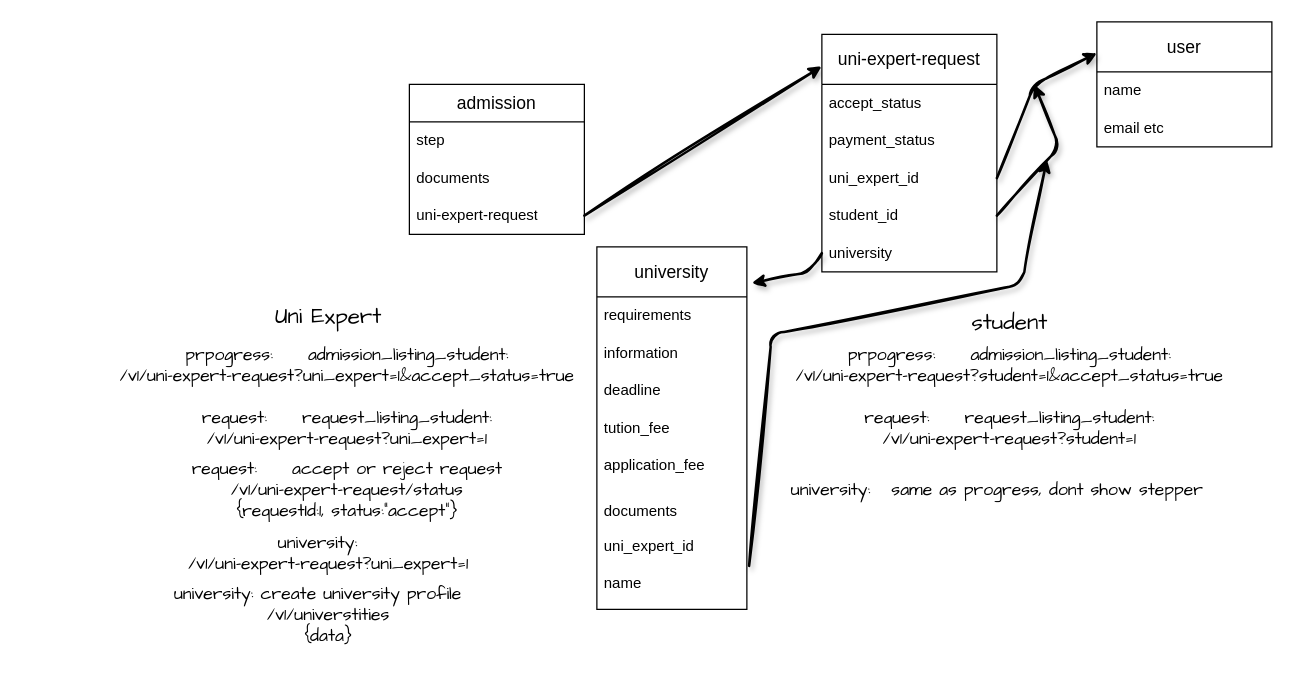
Above: design.dio in dev-basit/migonest-api (draw.io), before the change. Source tidied: cells renumbered, new cells numbered last; positions are measured from the earlier drawing's top-left corner, leaving out a move shared by most shapes. Both pictures are drawn from the tidied source at 125%, with x=0, y=0 at pixel (90, 21).
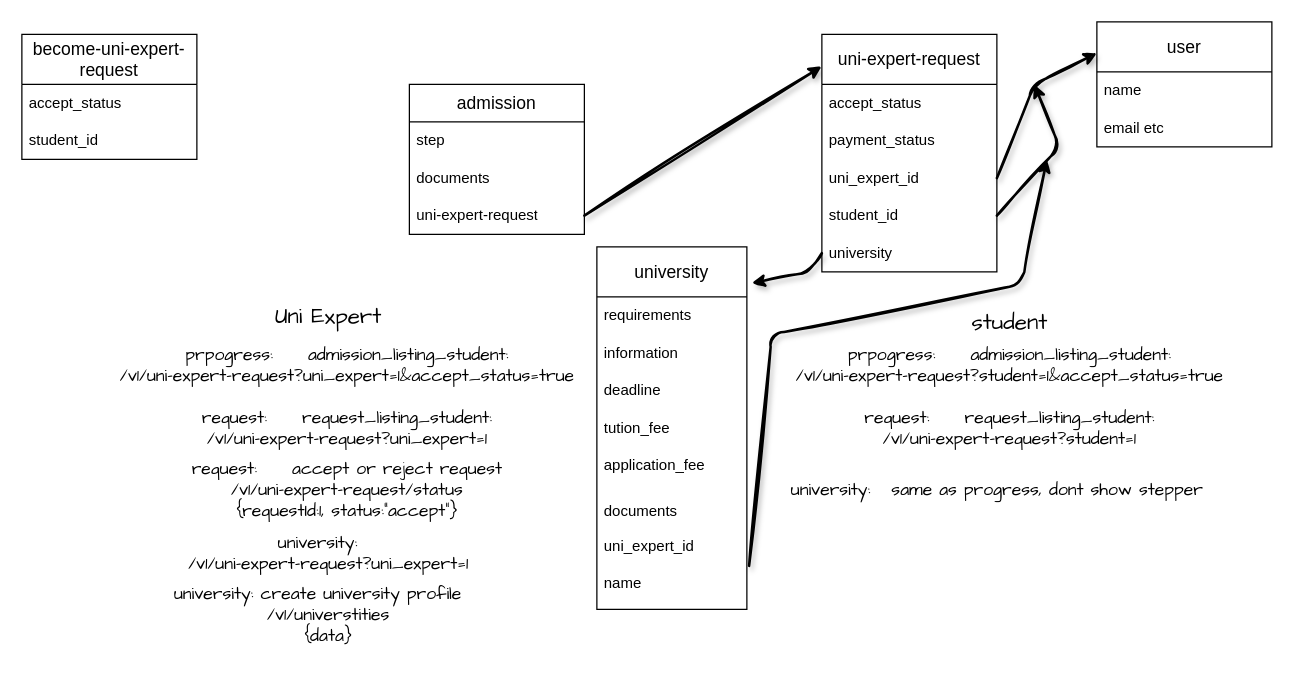
The same page after the edit.

Commit message:
added become-uni-expert table in design

What changed in the source:
```diff
@@
+    <mxCell id="37" value="&lt;span style=&quot;font-size: 14px;&quot;&gt;become-uni-expert-request&lt;/span&gt;" style="swimlane;fontStyle=0;horizontal=1;startSize=40;whiteSpace=wrap;html=1;align=center;" parent="1" vertex="1">
+      <mxGeometry x="-55" y="10" width="140" height="100" as="geometry" />
+    </mxCell>
+    <mxCell id="38" value="accept_status" style="text;strokeColor=none;fillColor=none;align=left;verticalAlign=middle;spacingLeft=4;spacingRight=4;overflow=hidden;whiteSpace=wrap;html=1;" parent="37" vertex="1">
+      <mxGeometry y="40" width="140" height="30" as="geometry" />
+    </mxCell>
+    <mxCell id="39" value="student_id" style="text;strokeColor=none;fillColor=none;align=left;verticalAlign=middle;spacingLeft=4;spacingRight=4;overflow=hidden;whiteSpace=wrap;html=1;" parent="37" vertex="1">
+      <mxGeometry y="70" width="140" height="30" as="geometry" />
+    </mxCell>
```
